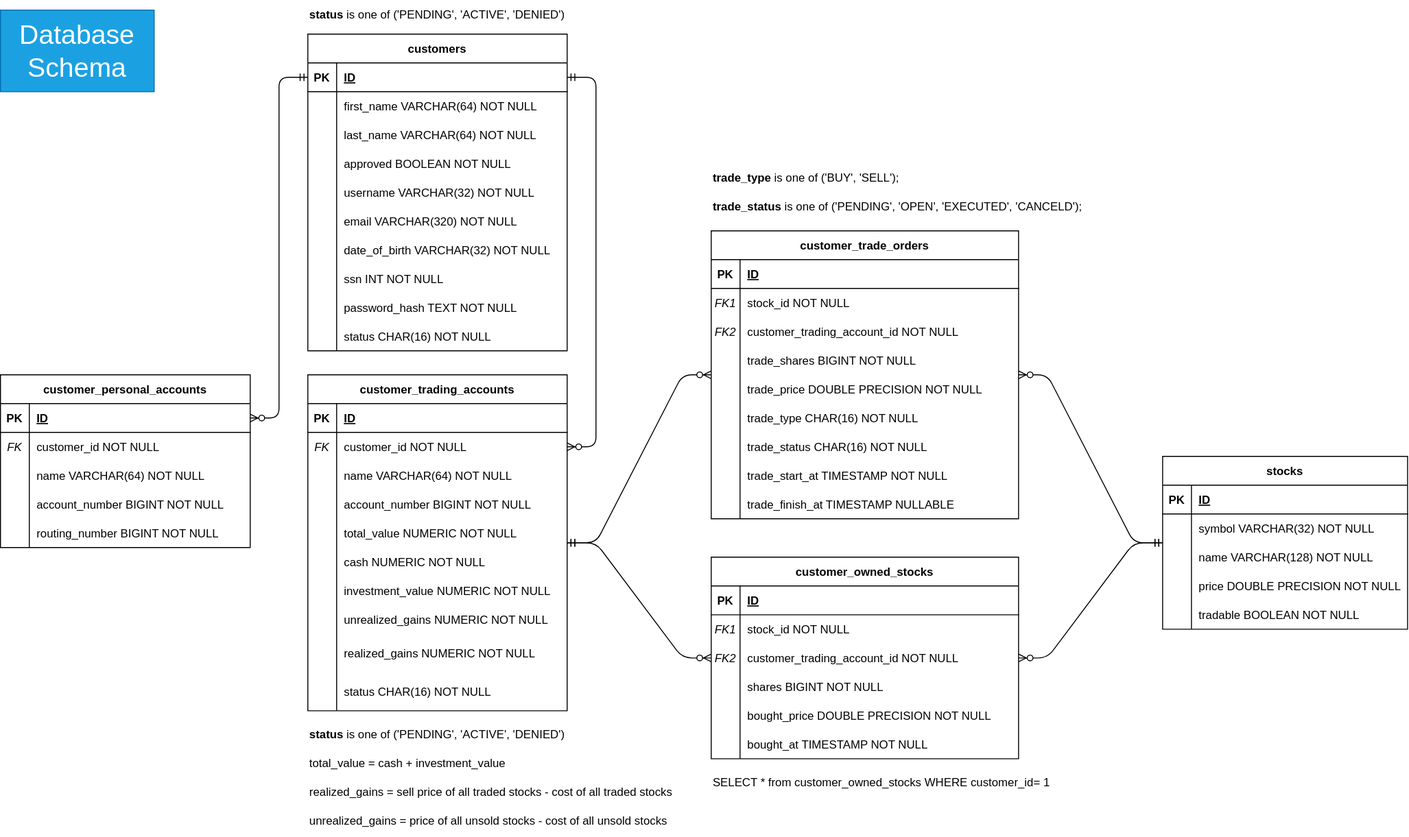
Earlier version of the draw.io export docs/DBSchema.svg (jwz16/cs611-stocktrade). Source tidied: cells renumbered, new cells last; positions are measured from the earlier drawing's top-left corner, leaving out a move shared by most shapes.
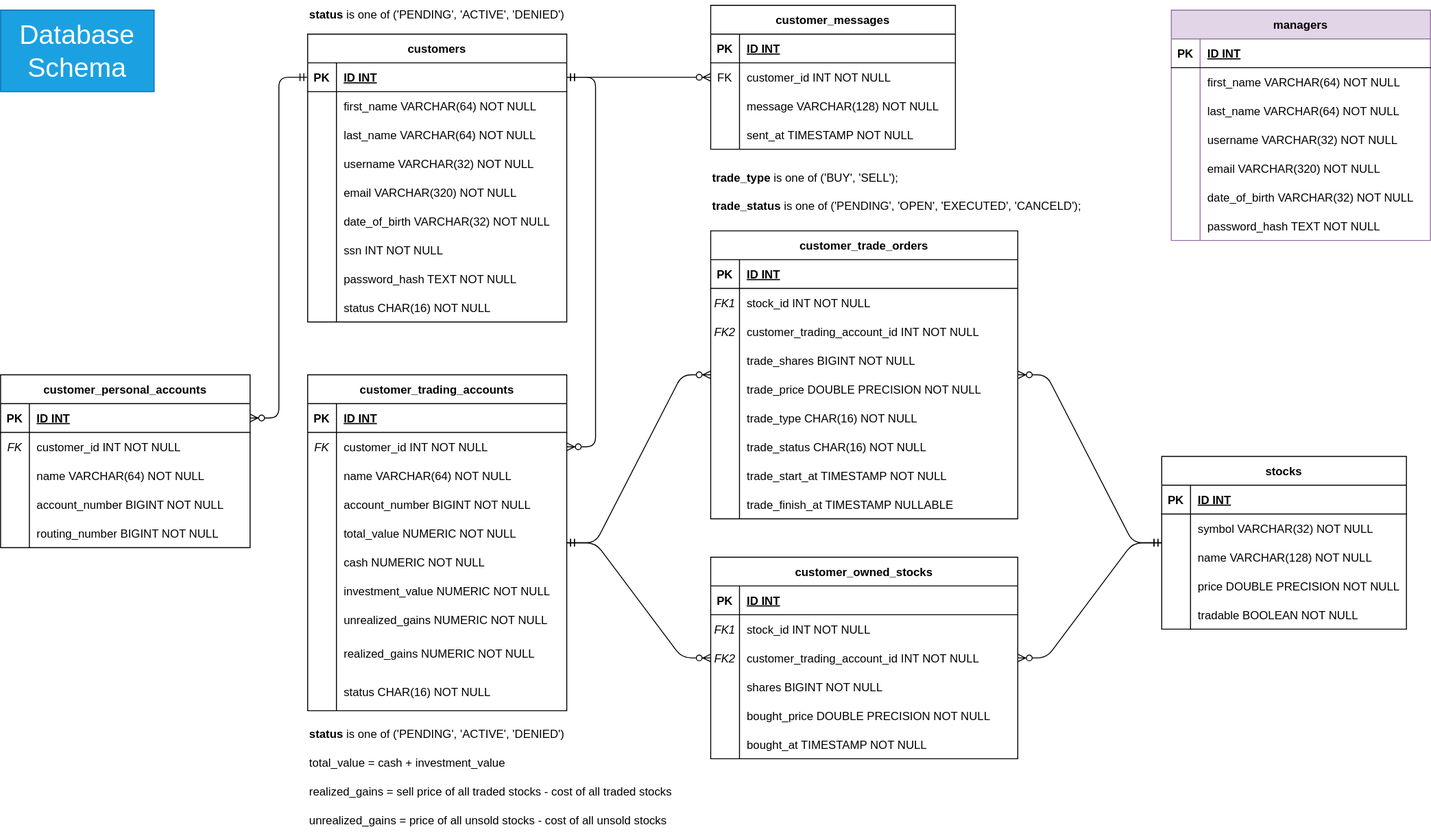
Above is the later version.

The edit, as a diff of the source:
```diff
@@ -5,3 +5,3 @@
     <mxCell id="2" value="customers" style="shape=table;startSize=30;rowLines=0;fontStyle=1;align=center;sketch=0;" parent="1" vertex="1">
-      <mxGeometry x="320" y="35" width="270" height="330" as="geometry" />
+      <mxGeometry x="320" y="35" width="270" height="300" as="geometry" />
     </mxCell>
@@ -13,3 +13,3 @@
     </mxCell>
-    <mxCell id="5" value="ID" style="shape=partialRectangle;fillColor=none;top=0;left=0;bottom=0;right=0;align=left;spacingLeft=6;fontStyle=5;overflow=hidden;sketch=0;" parent="3" vertex="1">
+    <mxCell id="5" value="ID INT" style="shape=partialRectangle;fillColor=none;top=0;left=0;bottom=0;right=0;align=left;spacingLeft=6;fontStyle=5;overflow=hidden;sketch=0;" parent="3" vertex="1">
       <mxGeometry x="30" width="240" height="30" as="geometry" />
@@ -34,13 +34,4 @@
     </mxCell>
-    <mxCell id="12" style="shape=tableRow;horizontal=0;startSize=0;swimlaneHead=0;swimlaneBody=0;fillColor=none;top=0;left=0;right=0;bottom=0;sketch=0;" parent="2" vertex="1">
-      <mxGeometry y="120" width="270" height="30" as="geometry" />
-    </mxCell>
-    <mxCell id="13" style="shape=partialRectangle;fillColor=none;top=0;left=0;bottom=0;right=0;overflow=hidden;sketch=0;fontStyle=2;" parent="12" vertex="1">
-      <mxGeometry width="30" height="30" as="geometry" />
-    </mxCell>
-    <mxCell id="14" value="approved BOOLEAN NOT NULL" style="shape=partialRectangle;fillColor=none;top=0;left=0;bottom=0;right=0;align=left;spacingLeft=6;overflow=hidden;sketch=0;" parent="12" vertex="1">
-      <mxGeometry x="30" width="240" height="30" as="geometry" />
-    </mxCell>
     <mxCell id="15" style="shape=tableRow;horizontal=0;startSize=0;swimlaneHead=0;swimlaneBody=0;fillColor=none;top=0;left=0;right=0;bottom=0;sketch=0;" parent="2" vertex="1">
-      <mxGeometry y="150" width="270" height="30" as="geometry" />
+      <mxGeometry y="120" width="270" height="30" as="geometry" />
     </mxCell>
@@ -53,3 +44,3 @@
     <mxCell id="18" style="shape=tableRow;horizontal=0;startSize=0;swimlaneHead=0;swimlaneBody=0;fillColor=none;top=0;left=0;right=0;bottom=0;sketch=0;" parent="2" vertex="1">
-      <mxGeometry y="180" width="270" height="30" as="geometry" />
+      <mxGeometry y="150" width="270" height="30" as="geometry" />
     </mxCell>
@@ -62,3 +53,3 @@
     <mxCell id="21" style="shape=tableRow;horizontal=0;startSize=0;swimlaneHead=0;swimlaneBody=0;fillColor=none;top=0;left=0;right=0;bottom=0;sketch=0;" parent="2" vertex="1">
-      <mxGeometry y="210" width="270" height="30" as="geometry" />
+      <mxGeometry y="180" width="270" height="30" as="geometry" />
     </mxCell>
@@ -71,3 +62,3 @@
     <mxCell id="24" style="shape=tableRow;horizontal=0;startSize=0;swimlaneHead=0;swimlaneBody=0;fillColor=none;top=0;left=0;right=0;bottom=0;sketch=0;" parent="2" vertex="1">
-      <mxGeometry y="240" width="270" height="30" as="geometry" />
+      <mxGeometry y="210" width="270" height="30" as="geometry" />
     </mxCell>
@@ -80,3 +71,3 @@
     <mxCell id="27" style="shape=tableRow;horizontal=0;startSize=0;swimlaneHead=0;swimlaneBody=0;fillColor=none;top=0;left=0;right=0;bottom=0;sketch=0;" parent="2" vertex="1">
-      <mxGeometry y="270" width="270" height="30" as="geometry" />
+      <mxGeometry y="240" width="270" height="30" as="geometry" />
     </mxCell>
@@ -89,3 +80,3 @@
     <mxCell id="30" style="shape=tableRow;horizontal=0;startSize=0;swimlaneHead=0;swimlaneBody=0;fillColor=none;top=0;left=0;right=0;bottom=0;sketch=0;" parent="2" vertex="1">
-      <mxGeometry y="300" width="270" height="30" as="geometry" />
+      <mxGeometry y="270" width="270" height="30" as="geometry" />
     </mxCell>
@@ -106,3 +97,3 @@
     </mxCell>
-    <mxCell id="36" value="ID" style="shape=partialRectangle;fillColor=none;top=0;left=0;bottom=0;right=0;align=left;spacingLeft=6;fontStyle=5;overflow=hidden;sketch=0;" parent="34" vertex="1">
+    <mxCell id="36" value="ID INT" style="shape=partialRectangle;fillColor=none;top=0;left=0;bottom=0;right=0;align=left;spacingLeft=6;fontStyle=5;overflow=hidden;sketch=0;" parent="34" vertex="1">
       <mxGeometry x="30" width="225" height="30" as="geometry" />
@@ -154,3 +145,3 @@
     </mxCell>
-    <mxCell id="52" value="ID" style="shape=partialRectangle;fillColor=none;top=0;left=0;bottom=0;right=0;align=left;spacingLeft=6;fontStyle=5;overflow=hidden;sketch=0;" parent="50" vertex="1">
+    <mxCell id="52" value="ID INT" style="shape=partialRectangle;fillColor=none;top=0;left=0;bottom=0;right=0;align=left;spacingLeft=6;fontStyle=5;overflow=hidden;sketch=0;" parent="50" vertex="1">
       <mxGeometry x="30" width="240" height="30" as="geometry" />
@@ -163,3 +154,3 @@
     </mxCell>
-    <mxCell id="55" value="customer_id NOT NULL" style="shape=partialRectangle;fillColor=none;top=0;left=0;bottom=0;right=0;align=left;spacingLeft=6;overflow=hidden;sketch=0;" parent="53" vertex="1">
+    <mxCell id="55" value="customer_id INT NOT NULL" style="shape=partialRectangle;fillColor=none;top=0;left=0;bottom=0;right=0;align=left;spacingLeft=6;overflow=hidden;sketch=0;" parent="53" vertex="1">
       <mxGeometry x="30" width="240" height="30" as="geometry" />
@@ -247,3 +238,3 @@
     </mxCell>
-    <mxCell id="83" value="ID" style="shape=partialRectangle;fillColor=none;top=0;left=0;bottom=0;right=0;align=left;spacingLeft=6;fontStyle=5;overflow=hidden;sketch=0;" parent="81" vertex="1">
+    <mxCell id="83" value="ID INT" style="shape=partialRectangle;fillColor=none;top=0;left=0;bottom=0;right=0;align=left;spacingLeft=6;fontStyle=5;overflow=hidden;sketch=0;" parent="81" vertex="1">
       <mxGeometry x="30" width="290" height="30" as="geometry" />
@@ -256,3 +247,3 @@
     </mxCell>
-    <mxCell id="86" value="stock_id NOT NULL" style="shape=partialRectangle;fillColor=none;top=0;left=0;bottom=0;right=0;align=left;spacingLeft=6;overflow=hidden;sketch=0;" parent="84" vertex="1">
+    <mxCell id="86" value="stock_id INT NOT NULL" style="shape=partialRectangle;fillColor=none;top=0;left=0;bottom=0;right=0;align=left;spacingLeft=6;overflow=hidden;sketch=0;" parent="84" vertex="1">
       <mxGeometry x="30" width="290" height="30" as="geometry" />
@@ -265,3 +256,3 @@
     </mxCell>
-    <mxCell id="89" value="customer_trading_account_id NOT NULL" style="shape=partialRectangle;fillColor=none;top=0;left=0;bottom=0;right=0;align=left;spacingLeft=6;overflow=hidden;sketch=0;" parent="87" vertex="1">
+    <mxCell id="89" value="customer_trading_account_id INT NOT NULL" style="shape=partialRectangle;fillColor=none;top=0;left=0;bottom=0;right=0;align=left;spacingLeft=6;overflow=hidden;sketch=0;" parent="87" vertex="1">
       <mxGeometry x="30" width="290" height="30" as="geometry" />
@@ -304,3 +295,3 @@
     </mxCell>
-    <mxCell id="102" value="ID" style="shape=partialRectangle;fillColor=none;top=0;left=0;bottom=0;right=0;align=left;spacingLeft=6;fontStyle=5;overflow=hidden;sketch=0;" parent="100" vertex="1">
+    <mxCell id="102" value="ID INT" style="shape=partialRectangle;fillColor=none;top=0;left=0;bottom=0;right=0;align=left;spacingLeft=6;fontStyle=5;overflow=hidden;sketch=0;" parent="100" vertex="1">
       <mxGeometry x="30" width="230" height="30" as="geometry" />
@@ -313,3 +304,3 @@
     </mxCell>
-    <mxCell id="105" value="customer_id NOT NULL" style="shape=partialRectangle;fillColor=none;top=0;left=0;bottom=0;right=0;align=left;spacingLeft=6;overflow=hidden;sketch=0;" parent="103" vertex="1">
+    <mxCell id="105" value="customer_id INT NOT NULL" style="shape=partialRectangle;fillColor=none;top=0;left=0;bottom=0;right=0;align=left;spacingLeft=6;overflow=hidden;sketch=0;" parent="103" vertex="1">
       <mxGeometry x="30" width="230" height="30" as="geometry" />
@@ -343,5 +334,2 @@
     </mxCell>
-    <mxCell id="115" value="SELECT * from customer_owned_stocks WHERE customer_id= 1" style="text;html=1;align=left;verticalAlign=middle;strokeColor=none;fillColor=none;" parent="1" vertex="1">
-      <mxGeometry x="740" y="800" width="370" height="30" as="geometry" />
-    </mxCell>
     <mxCell id="116" value="customer_trade_orders" style="shape=table;startSize=30;rowLines=0;fontStyle=1;align=center;sketch=0;" parent="1" vertex="1">
@@ -355,3 +343,3 @@
     </mxCell>
-    <mxCell id="119" value="ID" style="shape=partialRectangle;fillColor=none;top=0;left=0;bottom=0;right=0;align=left;spacingLeft=6;fontStyle=5;overflow=hidden;sketch=0;" parent="117" vertex="1">
+    <mxCell id="119" value="ID INT" style="shape=partialRectangle;fillColor=none;top=0;left=0;bottom=0;right=0;align=left;spacingLeft=6;fontStyle=5;overflow=hidden;sketch=0;" parent="117" vertex="1">
       <mxGeometry x="30" width="290" height="30" as="geometry" />
@@ -364,3 +352,3 @@
     </mxCell>
-    <mxCell id="122" value="stock_id NOT NULL" style="shape=partialRectangle;fillColor=none;top=0;left=0;bottom=0;right=0;align=left;spacingLeft=6;overflow=hidden;sketch=0;" parent="120" vertex="1">
+    <mxCell id="122" value="stock_id INT NOT NULL" style="shape=partialRectangle;fillColor=none;top=0;left=0;bottom=0;right=0;align=left;spacingLeft=6;overflow=hidden;sketch=0;" parent="120" vertex="1">
       <mxGeometry x="30" width="290" height="30" as="geometry" />
@@ -373,3 +361,3 @@
     </mxCell>
-    <mxCell id="125" value="customer_trading_account_id NOT NULL" style="shape=partialRectangle;fillColor=none;top=0;left=0;bottom=0;right=0;align=left;spacingLeft=6;overflow=hidden;sketch=0;" parent="123" vertex="1">
+    <mxCell id="125" value="customer_trading_account_id INT NOT NULL" style="shape=partialRectangle;fillColor=none;top=0;left=0;bottom=0;right=0;align=left;spacingLeft=6;overflow=hidden;sketch=0;" parent="123" vertex="1">
       <mxGeometry x="30" width="290" height="30" as="geometry" />
@@ -472,2 +460,110 @@
     </mxCell>
+    <mxCell id="158" value="customer_messages" style="shape=table;startSize=30;rowLines=0;fontStyle=1;align=center;sketch=0;" parent="1" vertex="1">
+      <mxGeometry x="740" y="5" width="255" height="150" as="geometry" />
+    </mxCell>
+    <mxCell id="159" style="shape=tableRow;horizontal=0;startSize=0;swimlaneHead=0;swimlaneBody=0;fillColor=none;top=0;left=0;right=0;bottom=1;sketch=0;" parent="158" vertex="1">
+      <mxGeometry y="30" width="255" height="30" as="geometry" />
+    </mxCell>
+    <mxCell id="160" value="PK" style="shape=partialRectangle;fillColor=none;top=0;left=0;bottom=0;right=0;fontStyle=1;overflow=hidden;sketch=0;" parent="159" vertex="1">
+      <mxGeometry width="30" height="30" as="geometry" />
+    </mxCell>
+    <mxCell id="161" value="ID INT" style="shape=partialRectangle;fillColor=none;top=0;left=0;bottom=0;right=0;align=left;spacingLeft=6;fontStyle=5;overflow=hidden;sketch=0;" parent="159" vertex="1">
+      <mxGeometry x="30" width="225" height="30" as="geometry" />
+    </mxCell>
+    <mxCell id="162" style="shape=tableRow;horizontal=0;startSize=0;swimlaneHead=0;swimlaneBody=0;fillColor=none;top=0;left=0;right=0;bottom=0;sketch=0;" parent="158" vertex="1">
+      <mxGeometry y="60" width="255" height="30" as="geometry" />
+    </mxCell>
+    <mxCell id="163" value="FK" style="shape=partialRectangle;fillColor=none;top=0;left=0;bottom=0;right=0;overflow=hidden;sketch=0;" parent="162" vertex="1">
+      <mxGeometry width="30" height="30" as="geometry" />
+    </mxCell>
+    <mxCell id="164" value="customer_id INT NOT NULL" style="shape=partialRectangle;fillColor=none;top=0;left=0;bottom=0;right=0;align=left;spacingLeft=6;overflow=hidden;sketch=0;" parent="162" vertex="1">
+      <mxGeometry x="30" width="225" height="30" as="geometry" />
+    </mxCell>
+    <mxCell id="165" style="shape=tableRow;horizontal=0;startSize=0;swimlaneHead=0;swimlaneBody=0;fillColor=none;top=0;left=0;right=0;bottom=0;sketch=0;" parent="158" vertex="1">
+      <mxGeometry y="90" width="255" height="30" as="geometry" />
+    </mxCell>
+    <mxCell id="166" style="shape=partialRectangle;fillColor=none;top=0;left=0;bottom=0;right=0;overflow=hidden;sketch=0;" parent="165" vertex="1">
+      <mxGeometry width="30" height="30" as="geometry" />
+    </mxCell>
+    <mxCell id="167" value="message VARCHAR(128) NOT NULL" style="shape=partialRectangle;fillColor=none;top=0;left=0;bottom=0;right=0;align=left;spacingLeft=6;overflow=hidden;sketch=0;" parent="165" vertex="1">
+      <mxGeometry x="30" width="225" height="30" as="geometry" />
+    </mxCell>
+    <mxCell id="168" style="shape=tableRow;horizontal=0;startSize=0;swimlaneHead=0;swimlaneBody=0;fillColor=none;top=0;left=0;right=0;bottom=0;sketch=0;" parent="158" vertex="1">
+      <mxGeometry y="120" width="255" height="30" as="geometry" />
+    </mxCell>
+    <mxCell id="169" style="shape=partialRectangle;fillColor=none;top=0;left=0;bottom=0;right=0;overflow=hidden;sketch=0;" parent="168" vertex="1">
+      <mxGeometry width="30" height="30" as="geometry" />
+    </mxCell>
+    <mxCell id="170" value="sent_at TIMESTAMP NOT NULL" style="shape=partialRectangle;fillColor=none;top=0;left=0;bottom=0;right=0;align=left;spacingLeft=6;overflow=hidden;sketch=0;" parent="168" vertex="1">
+      <mxGeometry x="30" width="225" height="30" as="geometry" />
+    </mxCell>
+    <mxCell id="171" style="edgeStyle=entityRelationEdgeStyle;fontSize=12;html=1;endArrow=ERzeroToMany;startArrow=ERmandOne;" parent="1" edge="1" source="3" target="158">
+      <mxGeometry relative="1" as="geometry" />
+    </mxCell>
+    <mxCell id="172" value="managers" style="shape=table;startSize=30;rowLines=0;fontStyle=1;align=center;sketch=0;fillColor=#e1d5e7;strokeColor=#9673a6;" parent="1" vertex="1">
+      <mxGeometry x="1220" y="10" width="270" height="240" as="geometry" />
+    </mxCell>
+    <mxCell id="173" style="shape=tableRow;horizontal=0;startSize=0;swimlaneHead=0;swimlaneBody=0;fillColor=none;top=0;left=0;right=0;bottom=1;sketch=0;" parent="172" vertex="1">
+      <mxGeometry y="30" width="270" height="30" as="geometry" />
+    </mxCell>
+    <mxCell id="174" value="PK" style="shape=partialRectangle;fillColor=none;top=0;left=0;bottom=0;right=0;fontStyle=1;overflow=hidden;sketch=0;" parent="173" vertex="1">
+      <mxGeometry width="30" height="30" as="geometry" />
+    </mxCell>
+    <mxCell id="175" value="ID INT" style="shape=partialRectangle;fillColor=none;top=0;left=0;bottom=0;right=0;align=left;spacingLeft=6;fontStyle=5;overflow=hidden;sketch=0;" parent="173" vertex="1">
+      <mxGeometry x="30" width="240" height="30" as="geometry" />
+    </mxCell>
+    <mxCell id="176" style="shape=tableRow;horizontal=0;startSize=0;swimlaneHead=0;swimlaneBody=0;fillColor=none;top=0;left=0;right=0;bottom=0;sketch=0;" parent="172" vertex="1">
+      <mxGeometry y="60" width="270" height="30" as="geometry" />
+    </mxCell>
+    <mxCell id="177" style="shape=partialRectangle;fillColor=none;top=0;left=0;bottom=0;right=0;overflow=hidden;sketch=0;" parent="176" vertex="1">
+      <mxGeometry width="30" height="30" as="geometry" />
+    </mxCell>
+    <mxCell id="178" value="first_name VARCHAR(64) NOT NULL" style="shape=partialRectangle;fillColor=none;top=0;left=0;bottom=0;right=0;align=left;spacingLeft=6;overflow=hidden;sketch=0;" parent="176" vertex="1">
+      <mxGeometry x="30" width="240" height="30" as="geometry" />
+    </mxCell>
+    <mxCell id="179" style="shape=tableRow;horizontal=0;startSize=0;swimlaneHead=0;swimlaneBody=0;fillColor=none;top=0;left=0;right=0;bottom=0;sketch=0;" parent="172" vertex="1">
+      <mxGeometry y="90" width="270" height="30" as="geometry" />
+    </mxCell>
+    <mxCell id="180" style="shape=partialRectangle;fillColor=none;top=0;left=0;bottom=0;right=0;overflow=hidden;sketch=0;" parent="179" vertex="1">
+      <mxGeometry width="30" height="30" as="geometry" />
+    </mxCell>
+    <mxCell id="181" value="last_name VARCHAR(64) NOT NULL" style="shape=partialRectangle;fillColor=none;top=0;left=0;bottom=0;right=0;align=left;spacingLeft=6;overflow=hidden;sketch=0;" parent="179" vertex="1">
+      <mxGeometry x="30" width="240" height="30" as="geometry" />
+    </mxCell>
+    <mxCell id="12" style="shape=tableRow;horizontal=0;startSize=0;swimlaneHead=0;swimlaneBody=0;fillColor=none;top=0;left=0;right=0;bottom=0;sketch=0;" parent="172" vertex="1">
+      <mxGeometry y="120" width="270" height="30" as="geometry" />
+    </mxCell>
+    <mxCell id="182" style="shape=partialRectangle;fillColor=none;top=0;left=0;bottom=0;right=0;overflow=hidden;sketch=0;" parent="12" vertex="1">
+      <mxGeometry width="30" height="30" as="geometry" />
+    </mxCell>
+    <mxCell id="183" value="username VARCHAR(32) NOT NULL" style="shape=partialRectangle;fillColor=none;top=0;left=0;bottom=0;right=0;align=left;spacingLeft=6;overflow=hidden;sketch=0;" parent="12" vertex="1">
+      <mxGeometry x="30" width="240" height="30" as="geometry" />
+    </mxCell>
+    <mxCell id="184" style="shape=tableRow;horizontal=0;startSize=0;swimlaneHead=0;swimlaneBody=0;fillColor=none;top=0;left=0;right=0;bottom=0;sketch=0;" parent="172" vertex="1">
+      <mxGeometry y="150" width="270" height="30" as="geometry" />
+    </mxCell>
+    <mxCell id="185" style="shape=partialRectangle;fillColor=none;top=0;left=0;bottom=0;right=0;overflow=hidden;sketch=0;" parent="184" vertex="1">
+      <mxGeometry width="30" height="30" as="geometry" />
+    </mxCell>
+    <mxCell id="186" value="email VARCHAR(320) NOT NULL" style="shape=partialRectangle;fillColor=none;top=0;left=0;bottom=0;right=0;align=left;spacingLeft=6;overflow=hidden;sketch=0;" parent="184" vertex="1">
+      <mxGeometry x="30" width="240" height="30" as="geometry" />
+    </mxCell>
+    <mxCell id="187" style="shape=tableRow;horizontal=0;startSize=0;swimlaneHead=0;swimlaneBody=0;fillColor=none;top=0;left=0;right=0;bottom=0;sketch=0;" parent="172" vertex="1">
+      <mxGeometry y="180" width="270" height="30" as="geometry" />
+    </mxCell>
+    <mxCell id="188" style="shape=partialRectangle;fillColor=none;top=0;left=0;bottom=0;right=0;overflow=hidden;sketch=0;" parent="187" vertex="1">
+      <mxGeometry width="30" height="30" as="geometry" />
+    </mxCell>
+    <mxCell id="189" value="date_of_birth VARCHAR(32) NOT NULL" style="shape=partialRectangle;fillColor=none;top=0;left=0;bottom=0;right=0;align=left;spacingLeft=6;overflow=hidden;sketch=0;" parent="187" vertex="1">
+      <mxGeometry x="30" width="240" height="30" as="geometry" />
+    </mxCell>
+    <mxCell id="190" style="shape=tableRow;horizontal=0;startSize=0;swimlaneHead=0;swimlaneBody=0;fillColor=none;top=0;left=0;right=0;bottom=0;sketch=0;" parent="172" vertex="1">
+      <mxGeometry y="210" width="270" height="30" as="geometry" />
+    </mxCell>
+    <mxCell id="191" style="shape=partialRectangle;fillColor=none;top=0;left=0;bottom=0;right=0;overflow=hidden;sketch=0;" parent="190" vertex="1">
+      <mxGeometry width="30" height="30" as="geometry" />
+    </mxCell>
+    <mxCell id="192" value="password_hash TEXT NOT NULL" style="shape=partialRectangle;fillColor=none;top=0;left=0;bottom=0;right=0;align=left;spacingLeft=6;overflow=hidden;sketch=0;" parent="190" vertex="1">
+      <mxGeometry x="30" width="240" height="30" as="geometry" />
+    </mxCell>
   </root>
```
